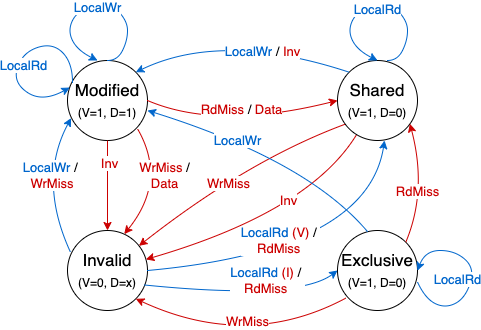
Earlier version of the draw.io export diagrams/MESI.png (cwang360/multicore-cache). Source tidied: cells renumbered, new cells last; positions are measured from the earlier drawing's top-left corner, leaving out a move shared by most shapes.
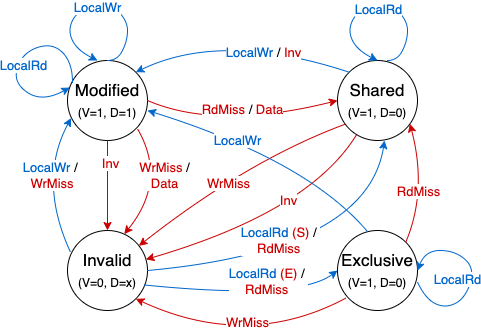
The same diagram one commit later.

What changed in the source:
```diff
@@ -42,7 +42,7 @@
         </Array>
       </mxGeometry>
     </mxCell>
-    <mxCell id="10" value="&lt;span style=&quot;font-size: 13px&quot;&gt;LocalRd&lt;/span&gt;&lt;font color=&quot;#000000&quot; style=&quot;font-size: 13px&quot;&gt;&amp;nbsp;&lt;/font&gt;&lt;span style=&quot;color: rgb(204 , 0 , 0)&quot;&gt;(V)&amp;nbsp;&lt;/span&gt;&lt;font color=&quot;#000000&quot; style=&quot;font-size: 13px&quot;&gt;/&lt;/font&gt;&lt;span style=&quot;font-size: 13px&quot;&gt;&amp;nbsp;&lt;br&gt;&lt;/span&gt;&lt;font color=&quot;#cc0000&quot; style=&quot;font-size: 13px&quot;&gt;RdMiss&amp;nbsp;&lt;/font&gt;" style="edgeLabel;html=1;align=center;verticalAlign=middle;fontSize=13;fontColor=#0066CC;labelBackgroundColor=#FFFFFF;" parent="9" vertex="1">
+    <mxCell id="10" value="&lt;span style=&quot;font-size: 13px&quot;&gt;LocalRd&lt;/span&gt;&lt;font color=&quot;#000000&quot; style=&quot;font-size: 13px&quot;&gt;&amp;nbsp;&lt;/font&gt;&lt;span style=&quot;color: rgb(204 , 0 , 0)&quot;&gt;(S)&amp;nbsp;&lt;/span&gt;&lt;font color=&quot;#000000&quot; style=&quot;font-size: 13px&quot;&gt;/&lt;/font&gt;&lt;span style=&quot;font-size: 13px&quot;&gt;&amp;nbsp;&lt;br&gt;&lt;/span&gt;&lt;font color=&quot;#cc0000&quot; style=&quot;font-size: 13px&quot;&gt;RdMiss&amp;nbsp;&lt;/font&gt;" style="edgeLabel;html=1;align=center;verticalAlign=middle;fontSize=13;fontColor=#0066CC;labelBackgroundColor=#FFFFFF;" parent="9" vertex="1">
       <mxGeometry x="0.23" y="19" relative="1" as="geometry">
         <mxPoint x="-69" y="7" as="offset" />
       </mxGeometry>
@@ -166,7 +166,7 @@
         </Array>
       </mxGeometry>
     </mxCell>
-    <mxCell id="29" value="&lt;span style=&quot;font-size: 13px&quot;&gt;LocalRd&lt;/span&gt;&lt;font color=&quot;#000000&quot; style=&quot;font-size: 13px&quot;&gt;&amp;nbsp;&lt;/font&gt;&lt;span style=&quot;color: rgb(204 , 0 , 0)&quot;&gt;(I)&amp;nbsp;&lt;/span&gt;&lt;font color=&quot;#000000&quot; style=&quot;font-size: 13px&quot;&gt;/&lt;/font&gt;&lt;span style=&quot;font-size: 13px&quot;&gt;&amp;nbsp;&lt;br&gt;&lt;/span&gt;&lt;font color=&quot;#cc0000&quot; style=&quot;font-size: 13px&quot;&gt;RdMiss&amp;nbsp;&lt;/font&gt;" style="edgeLabel;html=1;align=center;verticalAlign=middle;fontSize=13;fontColor=#0066CC;labelBackgroundColor=#FFFFFF;" parent="28" vertex="1">
+    <mxCell id="29" value="&lt;span style=&quot;font-size: 13px&quot;&gt;LocalRd&lt;/span&gt;&lt;font color=&quot;#000000&quot; style=&quot;font-size: 13px&quot;&gt;&amp;nbsp;&lt;/font&gt;&lt;span style=&quot;color: rgb(204 , 0 , 0)&quot;&gt;(E)&amp;nbsp;&lt;/span&gt;&lt;font color=&quot;#000000&quot; style=&quot;font-size: 13px&quot;&gt;/&lt;/font&gt;&lt;span style=&quot;font-size: 13px&quot;&gt;&amp;nbsp;&lt;br&gt;&lt;/span&gt;&lt;font color=&quot;#cc0000&quot; style=&quot;font-size: 13px&quot;&gt;RdMiss&amp;nbsp;&lt;/font&gt;" style="edgeLabel;html=1;align=center;verticalAlign=middle;fontSize=13;fontColor=#0066CC;labelBackgroundColor=#FFFFFF;" parent="28" vertex="1">
       <mxGeometry x="0.23" y="19" relative="1" as="geometry">
         <mxPoint x="-3" y="2" as="offset" />
       </mxGeometry>
```
